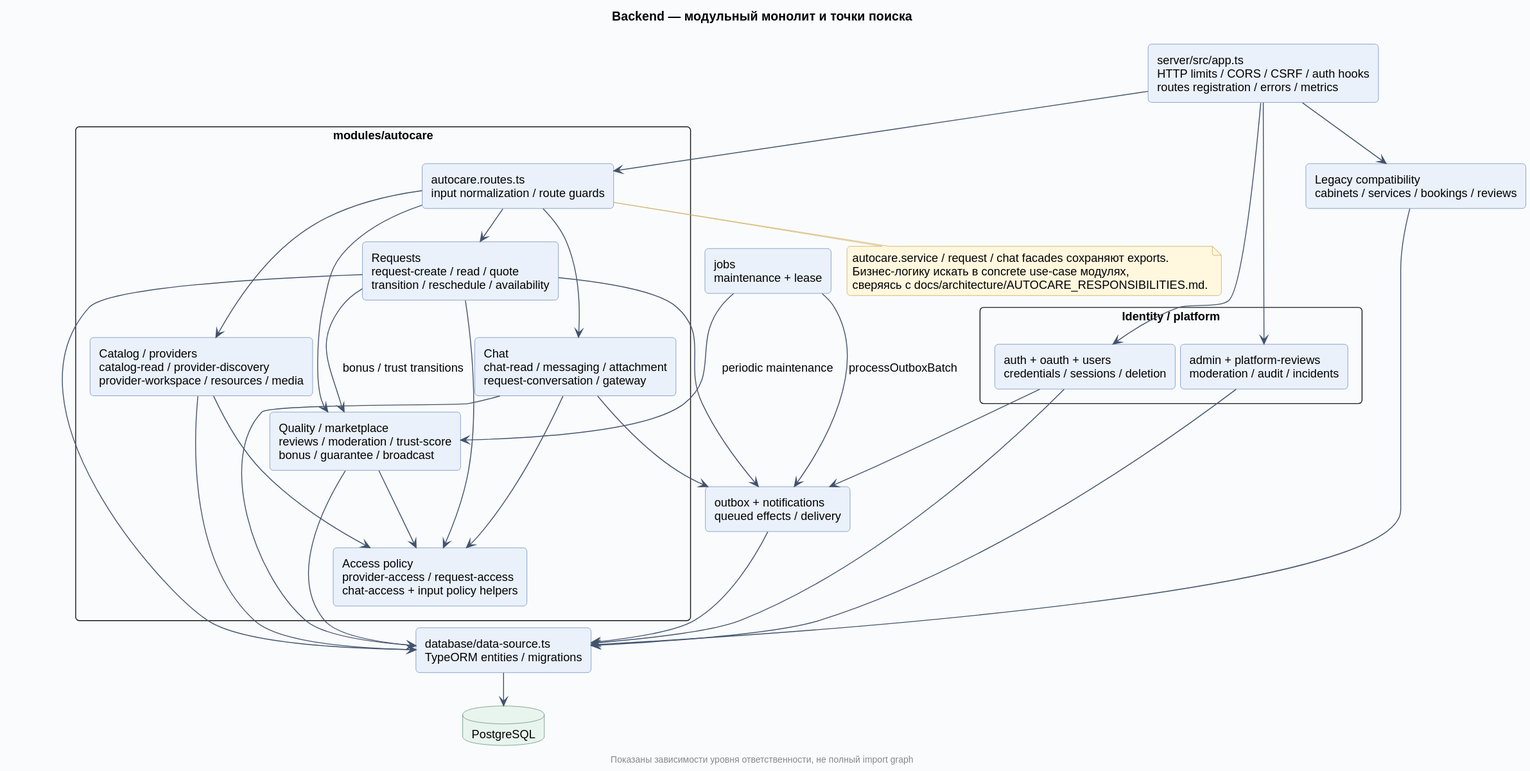
Above: docs/diagrams/rendered/04-backend.svg in Dima163163/auto-care-hub (PlantUML), before the change. Its diagram source:
```plantuml
@startuml
!include _style.puml
title Backend — модульный монолит и точки поиска
top to bottom direction
component "server/src/app.ts\nHTTP limits / CORS / CSRF / auth hooks\nroutes registration / errors / metrics" as App
package "Identity / platform" {
  component "auth + oauth + users\ncredentials / sessions / deletion" as Identity
  component "admin + platform-reviews\nmoderation / audit / incidents" as Admin
}
package "modules/autocare" {
  component "autocare.routes.ts\ninput normalization / route guards" as Routes
  component "Catalog / providers\ncatalog-read / provider-discovery\nprovider-workspace / resources / media" as Providers
  component "Requests\nrequest-create / read / quote\ntransition / reschedule / availability" as Requests
  component "Chat\nchat-read / messaging / attachment\nrequest-conversation / gateway" as Chat
  component "Quality / marketplace\nreviews / moderation / trust-score\nbonus / guarantee / broadcast" as Quality
  component "Access policy\nprovider-access / request-access\nchat-access + input policy helpers" as Access
}
component "outbox + notifications\nqueued effects / delivery" as Outbox
component "jobs\nmaintenance + lease" as Jobs
component "Legacy compatibility\ncabinets / services / bookings / reviews" as Legacy
component "database/data-source.ts\nTypeORM entities / migrations" as ORM
database "PostgreSQL" as PG
App --> Identity
App --> Admin
App --> Routes
App --> Legacy
Routes --> Providers
Routes --> Requests
Routes --> Chat
Routes --> Quality
Providers --> Access
Requests --> Access
Chat --> Access
Quality --> Access
Requests --> Quality : bonus / trust transitions
Requests --> Outbox
Chat --> Outbox
Identity --> Outbox
Jobs --> Outbox : processOutboxBatch
Jobs --> Quality : periodic maintenance
Providers --> ORM
Requests --> ORM
Chat --> ORM
Quality --> ORM
Identity --> ORM
Admin --> ORM
Legacy --> ORM
Outbox --> ORM
ORM --> PG
note bottom of Routes
  autocare.service / request / chat facades сохраняют exports.
  Бизнес-логику искать в concrete use-case модулях,
  сверяясь с docs/architecture/AUTOCARE_RESPONSIBILITIES.md.
end note
footer Показаны зависимости уровня ответственности, не полный import graph
@enduml
```
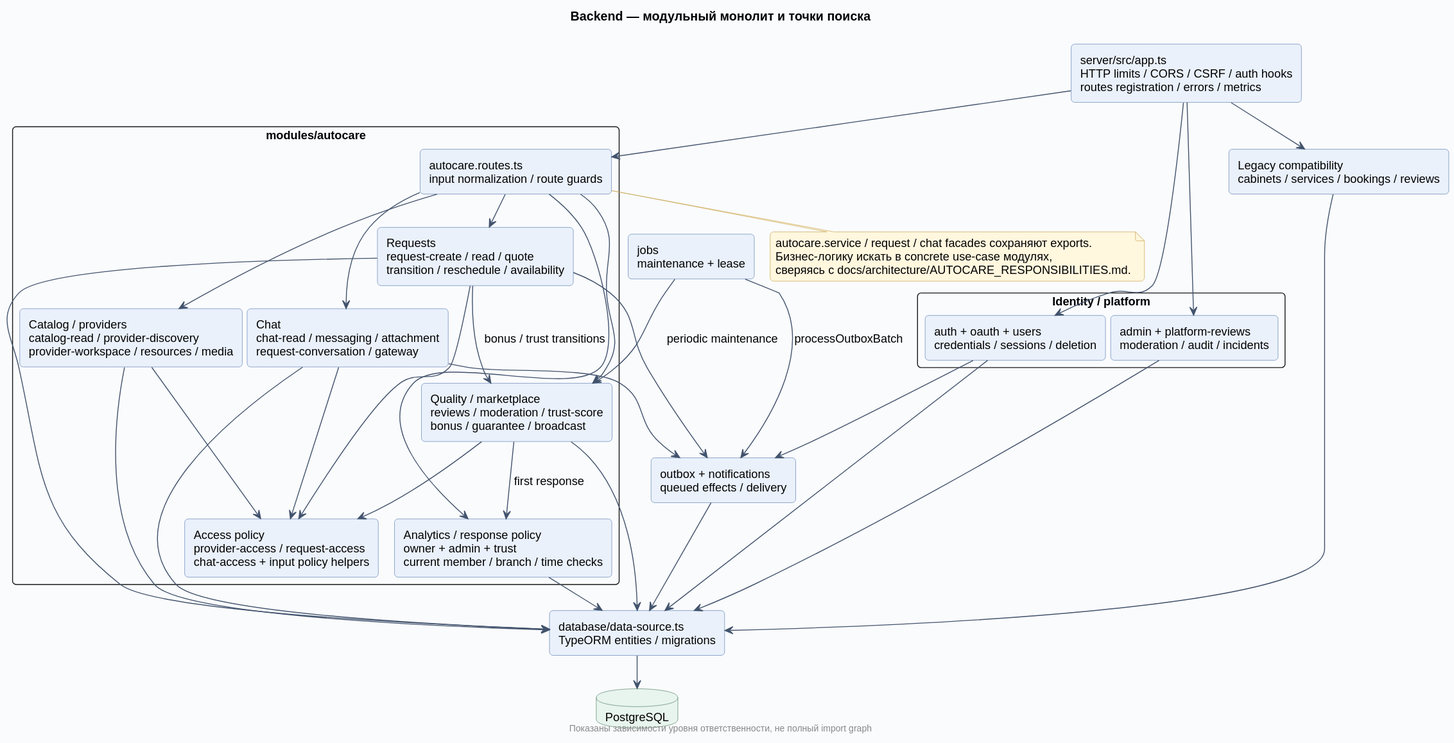
The same diagram one commit later.

What changed in the source:
```diff
@@ -13,6 +13,7 @@
   component "Requests\nrequest-create / read / quote\ntransition / reschedule / availability" as Requests
   component "Chat\nchat-read / messaging / attachment\nrequest-conversation / gateway" as Chat
   component "Quality / marketplace\nreviews / moderation / trust-score\nbonus / guarantee / broadcast" as Quality
+  component "Analytics / response policy\nowner + admin + trust\ncurrent member / branch / time checks" as Analytics
   component "Access policy\nprovider-access / request-access\nchat-access + input policy helpers" as Access
 }
 component "outbox + notifications\nqueued effects / delivery" as Outbox
@@ -28,10 +29,12 @@
 Routes --> Requests
 Routes --> Chat
 Routes --> Quality
+Routes --> Analytics
 Providers --> Access
 Requests --> Access
 Chat --> Access
 Quality --> Access
+Quality --> Analytics : first response
 Requests --> Quality : bonus / trust transitions
 Requests --> Outbox
 Chat --> Outbox
@@ -42,6 +45,7 @@
 Requests --> ORM
 Chat --> ORM
 Quality --> ORM
+Analytics --> ORM
 Identity --> ORM
 Admin --> ORM
 Legacy --> ORM
```
